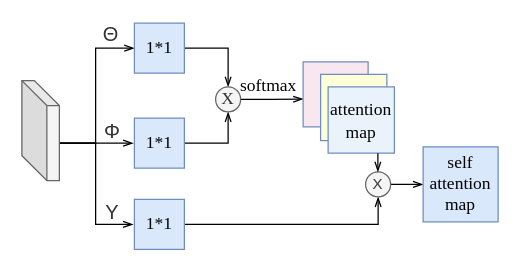
The draw.io diagram sa.drawio in Hymhh/hymhh, before the edit. Source tidied: cells renumbered, new cells numbered last; positions are measured from the earlier drawing's top-left corner, leaving out a move shared by most shapes. Both pictures are drawn from the tidied source at 125%, with x=0, y=0 at pixel (21, 21).
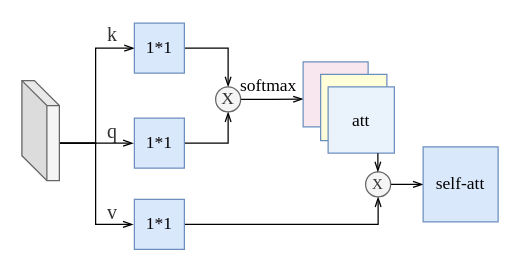
Above is the later version.

The edit, as a diff of the source:
```diff
@@
-    <mxCell id="11" value="X" style="ellipse;whiteSpace=wrap;html=1;fillColor=#f5f5f5;strokeColor=#666666;fontColor=#333333;" parent="1" vertex="1">
+    <mxCell id="11" value="&lt;font face=&quot;Times New Roman&quot;&gt;X&lt;/font&gt;" style="ellipse;whiteSpace=wrap;html=1;fillColor=#f5f5f5;strokeColor=#666666;fontColor=#333333;" parent="1" vertex="1">
       <mxGeometry x="275" y="120" width="20" height="20" as="geometry" />
     </mxCell>
-    <mxCell id="12" value="&lt;font face=&quot;Times New Roman&quot; style=&quot;font-size: 14px&quot;&gt;self attention&lt;br&gt;map&lt;/font&gt;" style="whiteSpace=wrap;html=1;fillColor=#dae8fc;strokeColor=#6c8ebf;" parent="1" vertex="1">
+    <mxCell id="12" value="&lt;font face=&quot;Times New Roman&quot; style=&quot;font-size: 14px&quot;&gt;self-att&lt;/font&gt;" style="whiteSpace=wrap;html=1;fillColor=#dae8fc;strokeColor=#6c8ebf;" parent="1" vertex="1">
       <mxGeometry x="321" y="100" width="60" height="60" as="geometry" />
     </mxCell>
@@
-    <mxCell id="18" value="&lt;span style=&quot;font-size: 14px&quot;&gt;&lt;font face=&quot;Times New Roman&quot; style=&quot;font-size: 14px&quot;&gt;attention&lt;br&gt;map&lt;/font&gt;&lt;/span&gt;" style="whiteSpace=wrap;html=1;fillColor=#EAF3FC;strokeColor=#6c8ebf;" parent="1" vertex="1">
+    <mxCell id="18" value="&lt;span style=&quot;font-size: 14px&quot;&gt;&lt;font face=&quot;Times New Roman&quot; style=&quot;font-size: 14px&quot;&gt;att&lt;/font&gt;&lt;/span&gt;" style="whiteSpace=wrap;html=1;fillColor=#EAF3FC;strokeColor=#6c8ebf;" parent="1" vertex="1">
       <mxGeometry x="245" y="52" width="53" height="53" as="geometry" />
     </mxCell>
@@
-    <mxCell id="20" value="&lt;span style=&quot;color: rgb(51 , 51 , 51) ; font-family: &amp;#34;pingfang sc&amp;#34; , &amp;#34;lantinghei sc&amp;#34; , &amp;#34;microsoft yahei&amp;#34; , &amp;#34;arial&amp;#34; , , sans-serif , &amp;#34;tahoma&amp;#34; ; font-size: 16px ; background-color: rgb(255 , 255 , 255)&quot;&gt;Θ&lt;/span&gt;" style="text;html=1;align=center;verticalAlign=middle;fillColor=none;strokeColor=none;rounded=0;" parent="1" vertex="1">
-      <mxGeometry x="60" width="22" height="19" as="geometry" />
+    <mxCell id="20" value="&lt;span style=&quot;color: rgb(51 , 51 , 51) ; font-family: &amp;#34;pingfang sc&amp;#34; , &amp;#34;lantinghei sc&amp;#34; , &amp;#34;microsoft yahei&amp;#34; , &amp;#34;arial&amp;#34; , , sans-serif , &amp;#34;tahoma&amp;#34; ; font-size: 16px ; background-color: rgb(255 , 255 , 255)&quot;&gt;&lt;font face=&quot;Times New Roman&quot;&gt;k&lt;/font&gt;&lt;/span&gt;" style="text;html=1;align=center;verticalAlign=middle;fillColor=none;strokeColor=none;rounded=0;" parent="1" vertex="1">
+      <mxGeometry x="63" width="18" height="19" as="geometry" />
     </mxCell>
-    <mxCell id="21" value="&lt;span style=&quot;color: rgb(51 , 51 , 51) ; font-family: &amp;#34;pingfang sc&amp;#34; , &amp;#34;lantinghei sc&amp;#34; , &amp;#34;microsoft yahei&amp;#34; , &amp;#34;arial&amp;#34; , , sans-serif , &amp;#34;tahoma&amp;#34; ; font-size: 16px ; background-color: rgb(255 , 255 , 255)&quot;&gt;Φ&lt;/span&gt;" style="text;html=1;align=center;verticalAlign=middle;fillColor=none;strokeColor=none;rounded=0;" parent="1" vertex="1">
-      <mxGeometry x="60" y="77" width="23" height="19" as="geometry" />
+    <mxCell id="21" value="&lt;span style=&quot;color: rgb(51 , 51 , 51) ; font-family: &amp;#34;pingfang sc&amp;#34; , &amp;#34;lantinghei sc&amp;#34; , &amp;#34;microsoft yahei&amp;#34; , &amp;#34;arial&amp;#34; , , sans-serif , &amp;#34;tahoma&amp;#34; ; font-size: 16px ; background-color: rgb(255 , 255 , 255)&quot;&gt;&lt;font face=&quot;Times New Roman&quot;&gt;q&lt;/font&gt;&lt;/span&gt;" style="text;html=1;align=center;verticalAlign=middle;fillColor=none;strokeColor=none;rounded=0;" parent="1" vertex="1">
+      <mxGeometry x="63" y="77" width="18" height="19" as="geometry" />
     </mxCell>
-    <mxCell id="22" value="&lt;span style=&quot;color: rgb(51 , 51 , 51) ; font-family: &amp;#34;pingfang sc&amp;#34; , &amp;#34;lantinghei sc&amp;#34; , &amp;#34;microsoft yahei&amp;#34; , &amp;#34;arial&amp;#34; , , sans-serif , &amp;#34;tahoma&amp;#34; ; font-size: 16px ; background-color: rgb(255 , 255 , 255)&quot;&gt;Υ&lt;/span&gt;" style="text;html=1;align=center;verticalAlign=middle;fillColor=none;strokeColor=none;rounded=0;" parent="1" vertex="1">
-      <mxGeometry x="61" y="142" width="21" height="19" as="geometry" />
+    <mxCell id="22" value="&lt;span style=&quot;color: rgb(51 , 51 , 51) ; font-family: &amp;#34;pingfang sc&amp;#34; , &amp;#34;lantinghei sc&amp;#34; , &amp;#34;microsoft yahei&amp;#34; , &amp;#34;arial&amp;#34; , , sans-serif , &amp;#34;tahoma&amp;#34; ; font-size: 16px ; background-color: rgb(255 , 255 , 255)&quot;&gt;&lt;font face=&quot;Times New Roman&quot;&gt;v&lt;/font&gt;&lt;/span&gt;" style="text;html=1;align=center;verticalAlign=middle;fillColor=none;strokeColor=none;rounded=0;" parent="1" vertex="1">
+      <mxGeometry x="63" y="142" width="18" height="19" as="geometry" />
     </mxCell>
```
